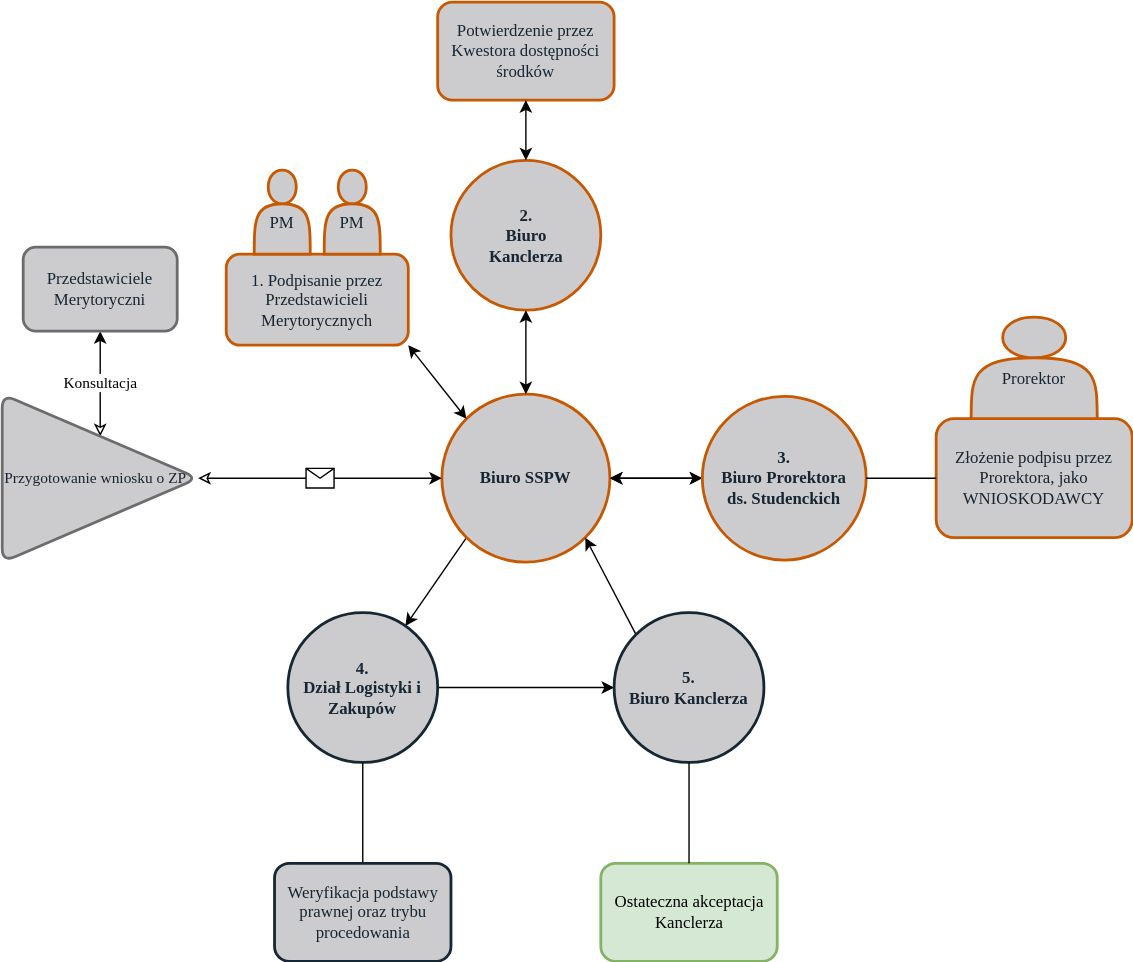
The draw.io diagram Rysunek ZP.svg in WelfareUnit/rysunki, before a commit. Source tidied: cells renumbered, new cells last; positions are measured from the earlier drawing's top-left corner, leaving out a move shared by most shapes.
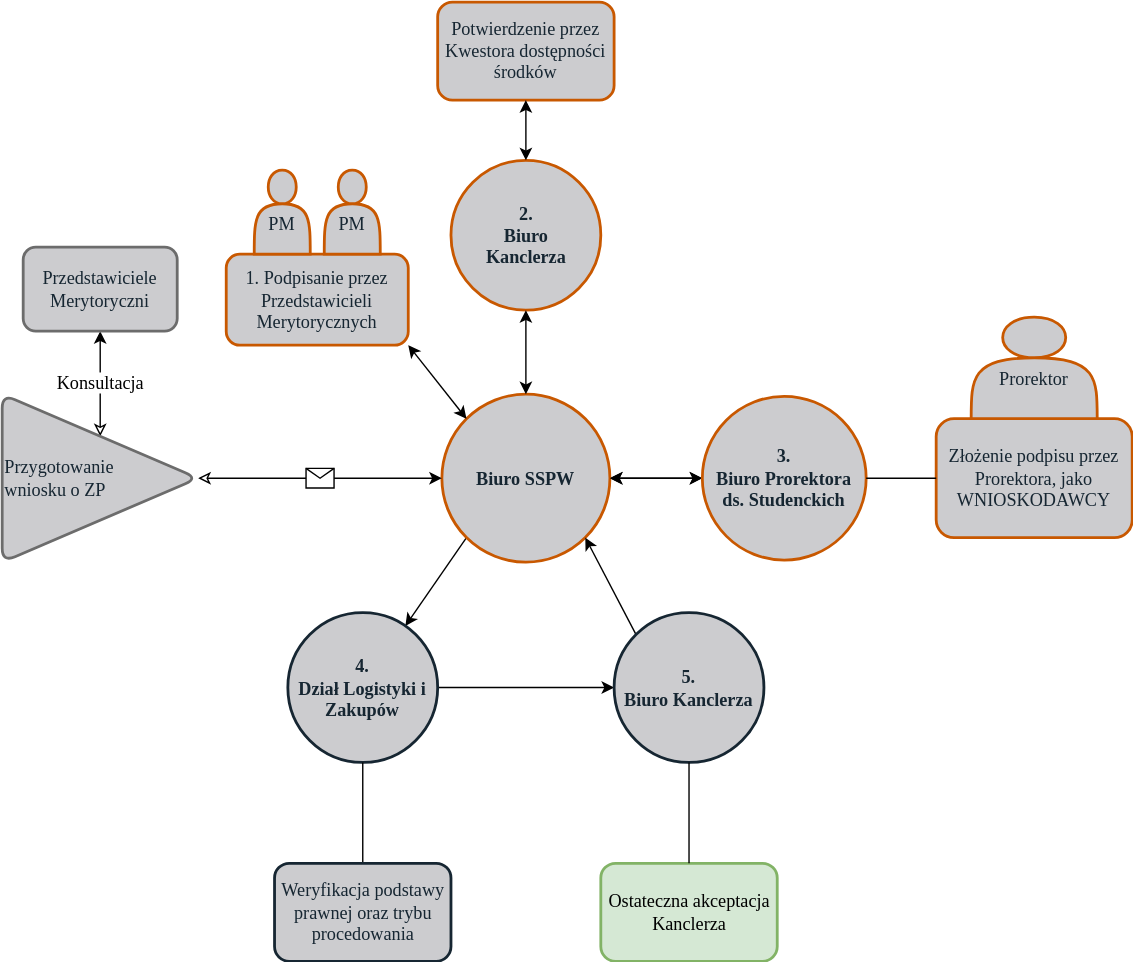
Above is the later version.

The edit, as a diff of the source:
```diff
@@ -2,93 +2,93 @@
   <root>
     <mxCell id="0" />
     <mxCell id="1" parent="0" />
-    <mxCell id="2" value="&lt;div style=&quot;font-size: 11px;&quot;&gt;Konsultacja&lt;/div&gt;" style="edgeStyle=orthogonalEdgeStyle;rounded=0;jettySize=auto;html=1;exitX=0.5;exitY=0;exitDx=0;exitDy=0;entryX=0.5;entryY=1;entryDx=0;entryDy=0;fontFamily=Verdana;startArrow=classic;startFill=0;fontSize=11;" parent="1" edge="1" source="3" target="7">
+    <mxCell id="2" value="&lt;div style=&quot;font-size: 13px;&quot;&gt;Konsultacja&lt;/div&gt;" style="edgeStyle=orthogonalEdgeStyle;rounded=0;jettySize=auto;html=1;exitX=0.5;exitY=0;exitDx=0;exitDy=0;entryX=0.5;entryY=1;entryDx=0;entryDy=0;fontFamily=Source Sans 3;startArrow=classic;startFill=0;fontSize=13;fontSource=https%3A%2F%2Ffonts.googleapis.com%2Fcss%3Ffamily%3DSource%2BSans%2B3;" parent="1" edge="1" source="3" target="7">
       <mxGeometry relative="1" as="geometry" />
     </mxCell>
-    <mxCell id="3" value="Przygotowanie wniosku o ZP" style="triangle;whiteSpace=wrap;html=1;fontFamily=Verdana;align=left;strokeWidth=2;rounded=1;fillColor=#cccccf;strokeColor=#6C6C6C;fontColor=#162632;fontSize=11;" parent="1" vertex="1">
+    <mxCell id="3" value="Przygotowanie &lt;br&gt;wniosku o ZP" style="triangle;whiteSpace=wrap;html=1;fontFamily=Source Sans 3;align=left;strokeWidth=2;rounded=1;fillColor=#cccccf;strokeColor=#6C6C6C;fontColor=#162632;fontSize=13;fontSource=https%3A%2F%2Ffonts.googleapis.com%2Fcss%3Ffamily%3DSource%2BSans%2B3;" parent="1" vertex="1">
       <mxGeometry y="280" width="140" height="120" as="geometry" />
     </mxCell>
-    <mxCell id="4" style="edgeStyle=none;jettySize=auto;html=1;fontFamily=Verdana;fontSize=12;fontColor=#162632;startArrow=classic;" parent="1" edge="1" source="6" target="17">
+    <mxCell id="4" style="edgeStyle=none;jettySize=auto;html=1;fontFamily=Source Sans 3;fontSize=13;fontColor=#162632;startArrow=classic;fontSource=https%3A%2F%2Ffonts.googleapis.com%2Fcss%3Ffamily%3DSource%2BSans%2B3;" parent="1" edge="1" source="6" target="17">
       <mxGeometry relative="1" as="geometry" />
     </mxCell>
-    <mxCell id="5" style="edgeStyle=none;jettySize=auto;html=1;exitX=0;exitY=1;exitDx=0;exitDy=0;fontFamily=Verdana;fontSize=12;fontColor=#162632;startArrow=none;startFill=0;" parent="1" edge="1" source="6" target="22">
+    <mxCell id="5" style="edgeStyle=none;jettySize=auto;html=1;exitX=0;exitY=1;exitDx=0;exitDy=0;fontFamily=Source Sans 3;fontSize=13;fontColor=#162632;startArrow=none;startFill=0;fontSource=https%3A%2F%2Ffonts.googleapis.com%2Fcss%3Ffamily%3DSource%2BSans%2B3;" parent="1" edge="1" source="6" target="22">
       <mxGeometry relative="1" as="geometry" />
     </mxCell>
-    <mxCell id="6" value="&lt;div style=&quot;font-size: 12px;&quot;&gt;Biuro SSPW&lt;br style=&quot;font-size: 12px;&quot;&gt;&lt;/div&gt;" style="ellipse;whiteSpace=wrap;html=1;rounded=1;fontFamily=Verdana;fontSize=12;strokeWidth=2;fillColor=#CCCCCF;align=center;strokeColor=#C85800;fontStyle=1;fontColor=#162632;" parent="1" vertex="1">
+    <mxCell id="6" value="&lt;div style=&quot;font-size: 13px;&quot;&gt;Biuro SSPW&lt;br style=&quot;font-size: 13px;&quot;&gt;&lt;/div&gt;" style="ellipse;whiteSpace=wrap;html=1;rounded=1;fontFamily=Source Sans 3;fontSize=13;strokeWidth=2;fillColor=#CCCCCF;align=center;strokeColor=#C85800;fontStyle=1;fontColor=#162632;fontSource=https%3A%2F%2Ffonts.googleapis.com%2Fcss%3Ffamily%3DSource%2BSans%2B3;" parent="1" vertex="1">
       <mxGeometry x="314" y="280" width="120" height="120" as="geometry" />
     </mxCell>
-    <mxCell id="7" value="Przedstawiciele Merytoryczni" style="rounded=1;whiteSpace=wrap;html=1;fontFamily=Verdana;fontSize=12;strokeColor=#6C6C6C;strokeWidth=2;fillColor=#CCCCCF;align=center;fontColor=#162632;" parent="1" vertex="1">
+    <mxCell id="7" value="Przedstawiciele Merytoryczni" style="rounded=1;whiteSpace=wrap;html=1;fontFamily=Source Sans 3;fontSize=13;strokeColor=#6C6C6C;strokeWidth=2;fillColor=#CCCCCF;align=center;fontColor=#162632;fontSource=https%3A%2F%2Ffonts.googleapis.com%2Fcss%3Ffamily%3DSource%2BSans%2B3;" parent="1" vertex="1">
       <mxGeometry x="15" y="175" width="110" height="60" as="geometry" />
     </mxCell>
-    <mxCell id="8" style="endArrow=classic;html=1;fontFamily=Verdana;fontSize=12;fontColor=#162632;exitX=1;exitY=0.5;exitDx=0;exitDy=0;entryX=0;entryY=0.5;entryDx=0;entryDy=0;startArrow=classic;startFill=0;" parent="1" edge="1" source="3" target="6">
+    <mxCell id="8" style="endArrow=classic;html=1;fontFamily=Source Sans 3;fontSize=13;fontColor=#162632;exitX=1;exitY=0.5;exitDx=0;exitDy=0;entryX=0;entryY=0.5;entryDx=0;entryDy=0;startArrow=classic;startFill=0;fontSource=https%3A%2F%2Ffonts.googleapis.com%2Fcss%3Ffamily%3DSource%2BSans%2B3;" parent="1" edge="1" source="3" target="6">
       <mxGeometry relative="1" as="geometry" />
     </mxCell>
-    <mxCell id="9" style="shape=message;html=1;fontFamily=Verdana;" parent="8" vertex="1">
+    <mxCell id="9" style="shape=message;html=1;fontFamily=Source Sans 3;fontSource=https%3A%2F%2Ffonts.googleapis.com%2Fcss%3Ffamily%3DSource%2BSans%2B3;fontSize=13;" parent="8" vertex="1">
       <mxGeometry width="20" height="14" relative="1" as="geometry">
         <mxPoint x="-10" y="-7" as="offset" />
       </mxGeometry>
     </mxCell>
-    <mxCell id="10" style="endArrow=classic;startArrow=classic;html=1;fontFamily=Verdana;fontSize=12;fontColor=#162632;entryX=1;entryY=1;entryDx=0;entryDy=0;exitX=0;exitY=0;exitDx=0;exitDy=0;" parent="1" edge="1" source="6" target="11">
+    <mxCell id="10" style="endArrow=classic;startArrow=classic;html=1;fontFamily=Source Sans 3;fontSize=13;fontColor=#162632;entryX=1;entryY=1;entryDx=0;entryDy=0;exitX=0;exitY=0;exitDx=0;exitDy=0;fontSource=https%3A%2F%2Ffonts.googleapis.com%2Fcss%3Ffamily%3DSource%2BSans%2B3;" parent="1" edge="1" source="6" target="11">
       <mxGeometry relative="1" as="geometry" />
     </mxCell>
-    <mxCell id="11" value="1. Podpisanie przez Przedstawicieli Merytorycznych" style="rounded=1;whiteSpace=wrap;html=1;fontFamily=Verdana;fontSize=12;fontColor=#162632;strokeWidth=2;fillColor=#CCCCCF;align=center;strokeColor=#C85800;labelPosition=center;verticalLabelPosition=middle;verticalAlign=middle;" parent="1" vertex="1">
+    <mxCell id="11" value="1. Podpisanie przez Przedstawicieli Merytorycznych" style="rounded=1;whiteSpace=wrap;html=1;fontFamily=Source Sans 3;fontSize=13;fontColor=#162632;strokeWidth=2;fillColor=#CCCCCF;align=center;strokeColor=#C85800;labelPosition=center;verticalLabelPosition=middle;verticalAlign=middle;fontSource=https%3A%2F%2Ffonts.googleapis.com%2Fcss%3Ffamily%3DSource%2BSans%2B3;" parent="1" vertex="1">
       <mxGeometry x="160" y="180" width="130" height="65" as="geometry" />
     </mxCell>
-    <mxCell id="12" style="endArrow=classic;startArrow=classic;html=1;fontFamily=Verdana;fontSize=12;fontColor=#162632;entryX=1;entryY=0.5;entryDx=0;entryDy=0;exitX=0;exitY=0.5;exitDx=0;exitDy=0;" parent="1" edge="1" source="17" target="6">
+    <mxCell id="12" style="endArrow=classic;startArrow=classic;html=1;fontFamily=Source Sans 3;fontSize=13;fontColor=#162632;entryX=1;entryY=0.5;entryDx=0;entryDy=0;exitX=0;exitY=0.5;exitDx=0;exitDy=0;fontSource=https%3A%2F%2Ffonts.googleapis.com%2Fcss%3Ffamily%3DSource%2BSans%2B3;" parent="1" edge="1" source="17" target="6">
       <mxGeometry relative="1" as="geometry" />
     </mxCell>
-    <mxCell id="13" value="&lt;div&gt;2. &lt;br&gt;&lt;/div&gt;&lt;div&gt;Biuro&lt;/div&gt;&lt;div&gt;Kanclerza&lt;/div&gt;" style="ellipse;whiteSpace=wrap;html=1;rounded=1;fontFamily=Verdana;fontSize=12;fontColor=#162632;strokeColor=#C85800;strokeWidth=2;fillColor=#CCCCCF;align=center;fontStyle=1;" parent="1" vertex="1">
+    <mxCell id="13" value="&lt;div style=&quot;font-size: 13px;&quot;&gt;2. &lt;br style=&quot;font-size: 13px;&quot;&gt;&lt;/div&gt;&lt;div style=&quot;font-size: 13px;&quot;&gt;Biuro&lt;/div&gt;&lt;div style=&quot;font-size: 13px;&quot;&gt;Kanclerza&lt;/div&gt;" style="ellipse;whiteSpace=wrap;html=1;rounded=1;fontFamily=Source Sans 3;fontSize=13;fontColor=#162632;strokeColor=#C85800;strokeWidth=2;fillColor=#CCCCCF;align=center;fontStyle=1;fontSource=https%3A%2F%2Ffonts.googleapis.com%2Fcss%3Ffamily%3DSource%2BSans%2B3;" parent="1" vertex="1">
       <mxGeometry x="320.5" y="113" width="107" height="107" as="geometry" />
     </mxCell>
-    <mxCell id="14" style="endArrow=classic;startArrow=classic;html=1;fontFamily=Verdana;fontSize=12;fontColor=#162632;exitX=0.5;exitY=0;exitDx=0;exitDy=0;entryX=0.5;entryY=1;entryDx=0;entryDy=0;" parent="1" edge="1" source="6" target="13">
+    <mxCell id="14" style="endArrow=classic;startArrow=classic;html=1;fontFamily=Source Sans 3;fontSize=13;fontColor=#162632;exitX=0.5;exitY=0;exitDx=0;exitDy=0;entryX=0.5;entryY=1;entryDx=0;entryDy=0;fontSource=https%3A%2F%2Ffonts.googleapis.com%2Fcss%3Ffamily%3DSource%2BSans%2B3;" parent="1" edge="1" source="6" target="13">
       <mxGeometry relative="1" as="geometry" />
     </mxCell>
-    <mxCell id="15" value="Potwierdzenie przez Kwestora dostępności środków" style="rounded=1;whiteSpace=wrap;html=1;fontFamily=Verdana;fontSize=12;fontColor=#162632;strokeColor=#C85800;strokeWidth=2;fillColor=#CCCCCF;align=center;" parent="1" vertex="1">
+    <mxCell id="15" value="Potwierdzenie przez Kwestora dostępności środków" style="rounded=1;whiteSpace=wrap;html=1;fontFamily=Source Sans 3;fontSize=13;fontColor=#162632;strokeColor=#C85800;strokeWidth=2;fillColor=#CCCCCF;align=center;fontSource=https%3A%2F%2Ffonts.googleapis.com%2Fcss%3Ffamily%3DSource%2BSans%2B3;" parent="1" vertex="1">
       <mxGeometry x="311" width="126" height="70" as="geometry" />
     </mxCell>
-    <mxCell id="16" style="endArrow=classic;startArrow=classic;html=1;fontFamily=Verdana;fontSize=12;fontColor=#162632;exitX=0.5;exitY=0;exitDx=0;exitDy=0;entryX=0.5;entryY=1;entryDx=0;entryDy=0;" parent="1" edge="1" source="13" target="15">
+    <mxCell id="16" style="endArrow=classic;startArrow=classic;html=1;fontFamily=Source Sans 3;fontSize=13;fontColor=#162632;exitX=0.5;exitY=0;exitDx=0;exitDy=0;entryX=0.5;entryY=1;entryDx=0;entryDy=0;fontSource=https%3A%2F%2Ffonts.googleapis.com%2Fcss%3Ffamily%3DSource%2BSans%2B3;" parent="1" edge="1" source="13" target="15">
       <mxGeometry relative="1" as="geometry" />
     </mxCell>
-    <mxCell id="17" value="&lt;div&gt;3.&lt;/div&gt;&lt;div&gt;Biuro Prorektora &lt;br&gt;ds. Studenckich&lt;/div&gt;" style="ellipse;whiteSpace=wrap;html=1;rounded=1;fontFamily=Verdana;fontSize=12;fontColor=#162632;strokeColor=#C85800;strokeWidth=2;fillColor=#CCCCCF;align=center;fontStyle=1;" parent="1" vertex="1">
+    <mxCell id="17" value="&lt;div style=&quot;font-size: 13px;&quot;&gt;3.&lt;/div&gt;&lt;div style=&quot;font-size: 13px;&quot;&gt;Biuro Prorektora &lt;br style=&quot;font-size: 13px;&quot;&gt;ds. Studenckich&lt;/div&gt;" style="ellipse;whiteSpace=wrap;html=1;rounded=1;fontFamily=Source Sans 3;fontSize=13;fontColor=#162632;strokeColor=#C85800;strokeWidth=2;fillColor=#CCCCCF;align=center;fontStyle=1;fontSource=https%3A%2F%2Ffonts.googleapis.com%2Fcss%3Ffamily%3DSource%2BSans%2B3;" parent="1" vertex="1">
       <mxGeometry x="500" y="281.5" width="117" height="117" as="geometry" />
     </mxCell>
-    <mxCell id="18" value="Złożenie podpisu przez Prorektora, jako WNIOSKODAWCY" style="rounded=1;whiteSpace=wrap;html=1;fontFamily=Verdana;fontSize=12;fontColor=#162632;strokeColor=#C85800;strokeWidth=2;fillColor=#CCCCCF;align=center;" parent="1" vertex="1">
+    <mxCell id="18" value="Złożenie podpisu przez Prorektora, jako WNIOSKODAWCY" style="rounded=1;whiteSpace=wrap;html=1;fontFamily=Source Sans 3;fontSize=13;fontColor=#162632;strokeColor=#C85800;strokeWidth=2;fillColor=#CCCCCF;align=center;fontSource=https%3A%2F%2Ffonts.googleapis.com%2Fcss%3Ffamily%3DSource%2BSans%2B3;" parent="1" vertex="1">
       <mxGeometry x="667" y="297.5" width="140" height="85" as="geometry" />
     </mxCell>
-    <mxCell id="19" style="endArrow=none;startArrow=none;html=1;fontFamily=Verdana;fontSize=12;fontColor=#162632;entryX=1;entryY=0.5;entryDx=0;entryDy=0;exitX=0;exitY=0.5;exitDx=0;exitDy=0;startFill=0;endFill=0;" parent="1" edge="1" source="18" target="17">
+    <mxCell id="19" style="endArrow=none;startArrow=none;html=1;fontFamily=Source Sans 3;fontSize=13;fontColor=#162632;entryX=1;entryY=0.5;entryDx=0;entryDy=0;exitX=0;exitY=0.5;exitDx=0;exitDy=0;startFill=0;endFill=0;fontSource=https%3A%2F%2Ffonts.googleapis.com%2Fcss%3Ffamily%3DSource%2BSans%2B3;" parent="1" edge="1" source="18" target="17">
       <mxGeometry relative="1" as="geometry" />
     </mxCell>
-    <mxCell id="20" value="&lt;div&gt;&lt;br&gt;&lt;/div&gt;&lt;div&gt;Prorektor&lt;/div&gt;" style="shape=actor;whiteSpace=wrap;html=1;rounded=1;fontFamily=Verdana;fontSize=12;fontColor=#162632;strokeColor=#C85800;strokeWidth=2;fillColor=#CCCCCF;align=center;" parent="1" vertex="1">
+    <mxCell id="20" value="&lt;div style=&quot;font-size: 13px;&quot;&gt;&lt;br style=&quot;font-size: 13px;&quot;&gt;&lt;/div&gt;&lt;div style=&quot;font-size: 13px;&quot;&gt;Prorektor&lt;/div&gt;" style="shape=actor;whiteSpace=wrap;html=1;rounded=1;fontFamily=Source Sans 3;fontSize=13;fontColor=#162632;strokeColor=#C85800;strokeWidth=2;fillColor=#CCCCCF;align=center;fontSource=https%3A%2F%2Ffonts.googleapis.com%2Fcss%3Ffamily%3DSource%2BSans%2B3;" parent="1" vertex="1">
       <mxGeometry x="692" y="225" width="90" height="72.5" as="geometry" />
     </mxCell>
-    <mxCell id="21" style="edgeStyle=none;jettySize=auto;html=1;exitX=1;exitY=0.5;exitDx=0;exitDy=0;entryX=0;entryY=0.5;entryDx=0;entryDy=0;fontFamily=Verdana;fontSize=12;fontColor=#162632;startArrow=none;startFill=0;" parent="1" edge="1" source="22" target="24">
+    <mxCell id="21" style="edgeStyle=none;jettySize=auto;html=1;exitX=1;exitY=0.5;exitDx=0;exitDy=0;entryX=0;entryY=0.5;entryDx=0;entryDy=0;fontFamily=Source Sans 3;fontSize=13;fontColor=#162632;startArrow=none;startFill=0;fontSource=https%3A%2F%2Ffonts.googleapis.com%2Fcss%3Ffamily%3DSource%2BSans%2B3;" parent="1" edge="1" source="22" target="24">
       <mxGeometry relative="1" as="geometry" />
     </mxCell>
-    <mxCell id="22" value="&lt;div&gt;4.&lt;/div&gt;&lt;div&gt;Dział Logistyki i Zakupów&lt;/div&gt;" style="ellipse;whiteSpace=wrap;html=1;rounded=1;fontFamily=Verdana;fontSize=12;fontColor=#162632;strokeWidth=2;fillColor=#CCCCCF;align=center;fontStyle=1;strokeColor=#162632;" parent="1" vertex="1">
+    <mxCell id="22" value="&lt;div style=&quot;font-size: 13px;&quot;&gt;4.&lt;/div&gt;&lt;div style=&quot;font-size: 13px;&quot;&gt;Dział Logistyki i Zakupów&lt;/div&gt;" style="ellipse;whiteSpace=wrap;html=1;rounded=1;fontFamily=Source Sans 3;fontSize=13;fontColor=#162632;strokeWidth=2;fillColor=#CCCCCF;align=center;fontStyle=1;strokeColor=#162632;fontSource=https%3A%2F%2Ffonts.googleapis.com%2Fcss%3Ffamily%3DSource%2BSans%2B3;" parent="1" vertex="1">
       <mxGeometry x="204" y="436" width="107" height="107" as="geometry" />
     </mxCell>
-    <mxCell id="23" style="edgeStyle=none;jettySize=auto;html=1;exitX=0;exitY=0;exitDx=0;exitDy=0;entryX=1;entryY=1;entryDx=0;entryDy=0;fontFamily=Verdana;fontSize=12;fontColor=#162632;startArrow=none;startFill=0;" parent="1" edge="1" source="24" target="6">
+    <mxCell id="23" style="edgeStyle=none;jettySize=auto;html=1;exitX=0;exitY=0;exitDx=0;exitDy=0;entryX=1;entryY=1;entryDx=0;entryDy=0;fontFamily=Source Sans 3;fontSize=13;fontColor=#162632;startArrow=none;startFill=0;fontSource=https%3A%2F%2Ffonts.googleapis.com%2Fcss%3Ffamily%3DSource%2BSans%2B3;" parent="1" edge="1" source="24" target="6">
       <mxGeometry relative="1" as="geometry" />
     </mxCell>
-    <mxCell id="24" value="&lt;div&gt;5.&lt;/div&gt;&lt;div&gt;Biuro Kanclerza&lt;/div&gt;" style="ellipse;whiteSpace=wrap;html=1;rounded=1;fontFamily=Verdana;fontSize=12;fontColor=#162632;strokeWidth=2;fillColor=#CCCCCF;align=center;fontStyle=1;strokeColor=#162632;" parent="1" vertex="1">
+    <mxCell id="24" value="&lt;div style=&quot;font-size: 13px;&quot;&gt;5.&lt;/div&gt;&lt;div style=&quot;font-size: 13px;&quot;&gt;Biuro Kanclerza&lt;/div&gt;" style="ellipse;whiteSpace=wrap;html=1;rounded=1;fontFamily=Source Sans 3;fontSize=13;fontColor=#162632;strokeWidth=2;fillColor=#CCCCCF;align=center;fontStyle=1;strokeColor=#162632;fontSource=https%3A%2F%2Ffonts.googleapis.com%2Fcss%3Ffamily%3DSource%2BSans%2B3;" parent="1" vertex="1">
       <mxGeometry x="437" y="436" width="107" height="107" as="geometry" />
     </mxCell>
-    <mxCell id="25" value="&lt;div&gt;&lt;br&gt;&lt;/div&gt;&lt;div&gt;PM&lt;/div&gt;" style="shape=actor;whiteSpace=wrap;html=1;rounded=1;fontFamily=Verdana;fontSize=12;fontColor=#162632;strokeColor=#C85800;strokeWidth=2;fillColor=#CCCCCF;align=center;" parent="1" vertex="1">
+    <mxCell id="25" value="&lt;div style=&quot;font-size: 13px;&quot;&gt;&lt;br style=&quot;font-size: 13px;&quot;&gt;&lt;/div&gt;&lt;div style=&quot;font-size: 13px;&quot;&gt;PM&lt;/div&gt;" style="shape=actor;whiteSpace=wrap;html=1;rounded=1;fontFamily=Source Sans 3;fontSize=13;fontColor=#162632;strokeColor=#C85800;strokeWidth=2;fillColor=#CCCCCF;align=center;fontSource=https%3A%2F%2Ffonts.googleapis.com%2Fcss%3Ffamily%3DSource%2BSans%2B3;" parent="1" vertex="1">
       <mxGeometry x="230" y="120" width="40" height="60" as="geometry" />
     </mxCell>
-    <mxCell id="26" value="&lt;div&gt;&lt;br&gt;&lt;/div&gt;&lt;div&gt;PM&lt;/div&gt;" style="shape=actor;whiteSpace=wrap;html=1;rounded=1;fontFamily=Verdana;fontSize=12;fontColor=#162632;strokeColor=#C85800;strokeWidth=2;fillColor=#CCCCCF;align=center;" parent="1" vertex="1">
+    <mxCell id="26" value="&lt;div style=&quot;font-size: 13px;&quot;&gt;&lt;br style=&quot;font-size: 13px;&quot;&gt;&lt;/div&gt;&lt;div style=&quot;font-size: 13px;&quot;&gt;PM&lt;/div&gt;" style="shape=actor;whiteSpace=wrap;html=1;rounded=1;fontFamily=Source Sans 3;fontSize=13;fontColor=#162632;strokeColor=#C85800;strokeWidth=2;fillColor=#CCCCCF;align=center;fontSource=https%3A%2F%2Ffonts.googleapis.com%2Fcss%3Ffamily%3DSource%2BSans%2B3;" parent="1" vertex="1">
       <mxGeometry x="180" y="120" width="40" height="60" as="geometry" />
     </mxCell>
-    <mxCell id="27" value="Ostateczna akceptacja Kanclerza" style="rounded=1;whiteSpace=wrap;html=1;fontFamily=Verdana;fontSize=12;strokeColor=#82b366;strokeWidth=2;fillColor=#d5e8d4;align=center;" parent="1" vertex="1">
+    <mxCell id="27" value="Ostateczna akceptacja Kanclerza" style="rounded=1;whiteSpace=wrap;html=1;fontFamily=Source Sans 3;fontSize=13;strokeColor=#82b366;strokeWidth=2;fillColor=#d5e8d4;align=center;fontSource=https%3A%2F%2Ffonts.googleapis.com%2Fcss%3Ffamily%3DSource%2BSans%2B3;" parent="1" vertex="1">
       <mxGeometry x="427.5" y="615" width="126" height="70" as="geometry" />
     </mxCell>
-    <mxCell id="28" style="endArrow=none;startArrow=none;html=1;fontFamily=Verdana;fontSize=12;fontColor=#162632;exitX=0.5;exitY=1;exitDx=0;exitDy=0;entryX=0.5;entryY=0;entryDx=0;entryDy=0;startFill=0;endFill=0;" parent="1" edge="1" source="22" target="29">
+    <mxCell id="28" style="endArrow=none;startArrow=none;html=1;fontFamily=Source Sans 3;fontSize=13;fontColor=#162632;exitX=0.5;exitY=1;exitDx=0;exitDy=0;entryX=0.5;entryY=0;entryDx=0;entryDy=0;startFill=0;endFill=0;fontSource=https%3A%2F%2Ffonts.googleapis.com%2Fcss%3Ffamily%3DSource%2BSans%2B3;" parent="1" edge="1" source="22" target="29">
       <mxGeometry relative="1" as="geometry" />
     </mxCell>
-    <mxCell id="29" value="Weryfikacja podstawy prawnej oraz trybu procedowania" style="rounded=1;whiteSpace=wrap;html=1;fontFamily=Verdana;fontSize=12;fontColor=#162632;strokeWidth=2;fillColor=#CCCCCF;align=center;strokeColor=#162632;" parent="1" vertex="1">
+    <mxCell id="29" value="Weryfikacja podstawy prawnej oraz trybu procedowania" style="rounded=1;whiteSpace=wrap;html=1;fontFamily=Source Sans 3;fontSize=13;fontColor=#162632;strokeWidth=2;fillColor=#CCCCCF;align=center;strokeColor=#162632;fontSource=https%3A%2F%2Ffonts.googleapis.com%2Fcss%3Ffamily%3DSource%2BSans%2B3;" parent="1" vertex="1">
       <mxGeometry x="194.5" y="615" width="126" height="70" as="geometry" />
     </mxCell>
-    <mxCell id="30" style="endArrow=none;startArrow=none;html=1;fontFamily=Verdana;fontSize=12;fontColor=#162632;exitX=0.5;exitY=1;exitDx=0;exitDy=0;entryX=0.5;entryY=0;entryDx=0;entryDy=0;startFill=0;endFill=0;" parent="1" edge="1" source="24" target="27">
+    <mxCell id="30" style="endArrow=none;startArrow=none;html=1;fontFamily=Source Sans 3;fontSize=13;fontColor=#162632;exitX=0.5;exitY=1;exitDx=0;exitDy=0;entryX=0.5;entryY=0;entryDx=0;entryDy=0;startFill=0;endFill=0;fontSource=https%3A%2F%2Ffonts.googleapis.com%2Fcss%3Ffamily%3DSource%2BSans%2B3;" parent="1" edge="1" source="24" target="27">
       <mxGeometry relative="1" as="geometry" />
     </mxCell>
   </root>
```
